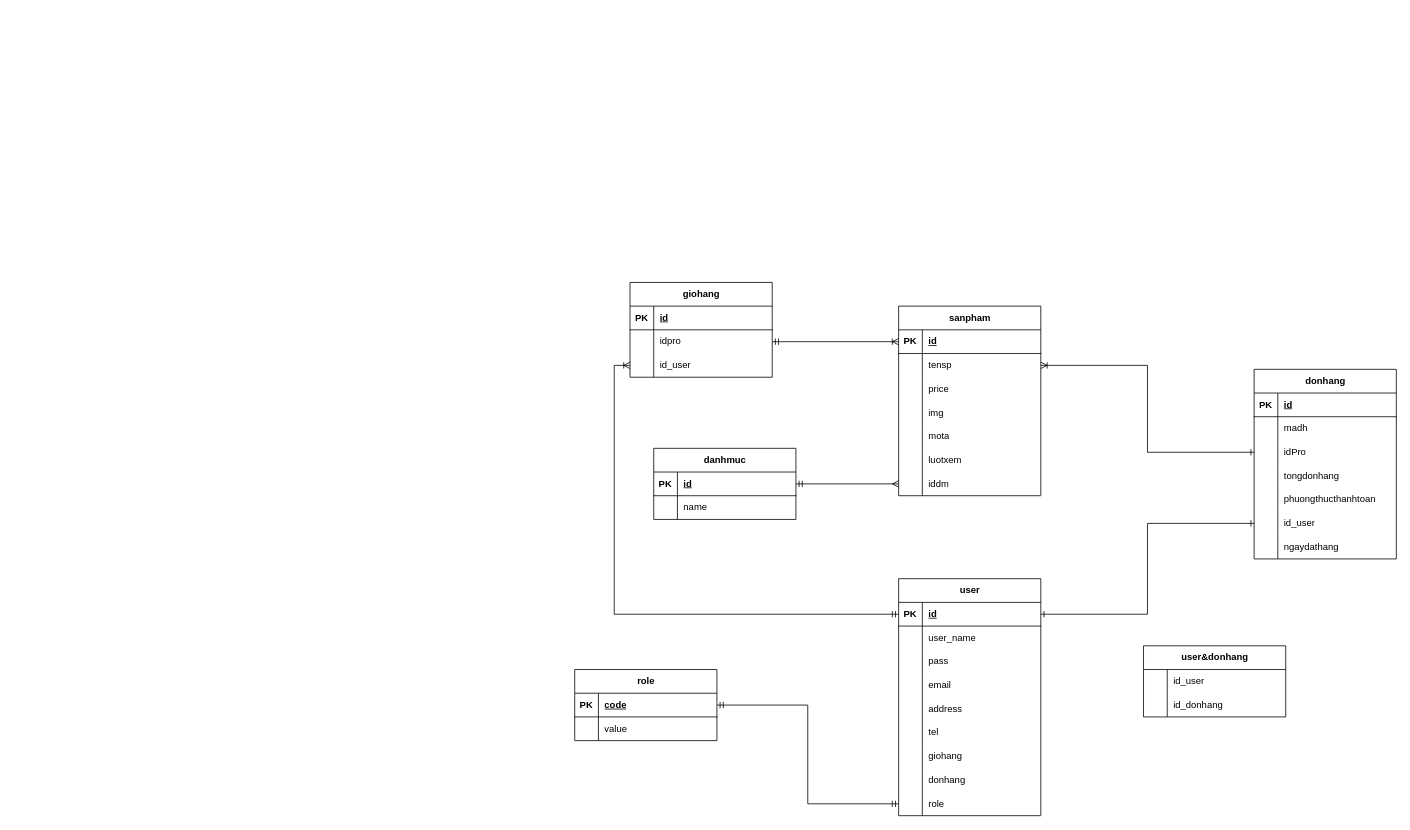
Before: diagram.drawio in anhkhoi1908/diagram, a draw.io diagram. Source tidied: cells renumbered, new cells numbered last; positions are measured from the earlier drawing's top-left corner, leaving out a move shared by most shapes. Both pictures are drawn from the tidied source at 79%, with x=0, y=0 at pixel (574, 282).
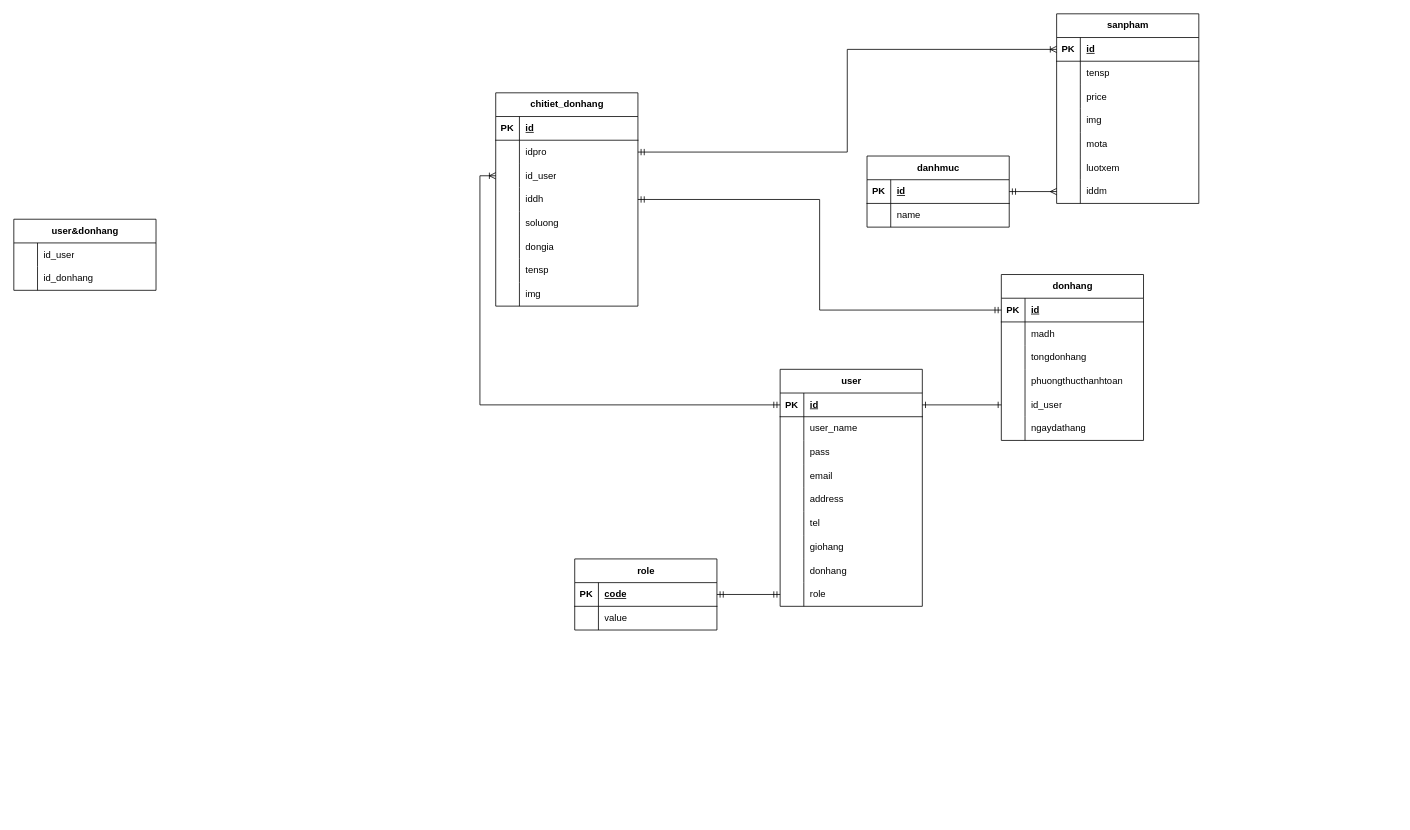
The same page after the edit.

Commit message:
Cập nhật diagram.drawio

Unchanged cells that the change refers to:
```xml
<mxCell id="6" style="shape=tableRow;horizontal=0;startSize=0;swimlaneHead=0;swimlaneBody=0;fillColor=none;points=[[0,0.5],[1,0.5]];portConstraint=eastwest;top=0;left=0;right=0;bottom=0;" parent="2" vertex="1">
  <mxGeometry y="60" width="180" height="30" as="geometry" />
</mxCell>
<mxCell id="35" style="shape=tableRow;horizontal=0;startSize=0;swimlaneHead=0;swimlaneBody=0;fillColor=none;points=[[0,0.5],[1,0.5]];portConstraint=eastwest;top=0;left=0;right=0;bottom=1;" parent="34" vertex="1">
  <mxGeometry y="30" width="180" height="30" as="geometry" />
</mxCell>
```

The edit, as a diff of the source:
```diff
@@
     <mxCell id="2" value="sanpham" style="shape=table;startSize=30;childLayout=tableLayout;rowLines=0;fontStyle=1;align=center;html=1;" parent="1" vertex="1">
-      <mxGeometry x="410" y="30" width="180" height="240" as="geometry" />
+      <mxGeometry x="610" y="-340" width="180" height="240" as="geometry" />
     </mxCell>
@@
-    <mxCell id="24" value="giohang" style="shape=table;startSize=30;childLayout=tableLayout;rowLines=0;fontStyle=1;align=center;html=1;" parent="1" vertex="1">
-      <mxGeometry x="70" width="180" height="120" as="geometry" />
+    <mxCell id="24" value="chitiet_donhang" style="shape=table;startSize=30;childLayout=tableLayout;rowLines=0;fontStyle=1;align=center;html=1;" parent="1" vertex="1">
+      <mxGeometry x="-100" y="-240" width="180" height="270" as="geometry" />
     </mxCell>
@@
+    <mxCell id="111" style="shape=tableRow;horizontal=0;startSize=0;swimlaneHead=0;swimlaneBody=0;fillColor=none;points=[[0,0.5],[1,0.5]];portConstraint=eastwest;top=0;left=0;right=0;bottom=0;" parent="24" vertex="1">
+      <mxGeometry y="120" width="180" height="30" as="geometry" />
+    </mxCell>
+    <mxCell id="112" style="shape=partialRectangle;fillColor=none;top=0;left=0;bottom=0;right=0;overflow=hidden;whiteSpace=wrap;html=1;" parent="111" vertex="1">
+      <mxGeometry width="30" height="30" as="geometry" />
+    </mxCell>
+    <mxCell id="113" value="iddh" style="shape=partialRectangle;fillColor=none;top=0;left=0;bottom=0;right=0;align=left;spacingLeft=6;overflow=hidden;whiteSpace=wrap;html=1;" parent="111" vertex="1">
+      <mxGeometry x="30" width="150" height="30" as="geometry" />
+    </mxCell>
+    <mxCell id="114" style="shape=tableRow;horizontal=0;startSize=0;swimlaneHead=0;swimlaneBody=0;fillColor=none;top=0;left=0;right=0;bottom=0;" parent="24" vertex="1">
+      <mxGeometry y="150" width="180" height="30" as="geometry" />
+    </mxCell>
+    <mxCell id="115" style="shape=partialRectangle;fillColor=none;top=0;left=0;bottom=0;right=0;overflow=hidden;whiteSpace=wrap;html=1;" parent="114" vertex="1">
+      <mxGeometry width="30" height="30" as="geometry" />
+    </mxCell>
+    <mxCell id="116" value="soluong" style="shape=partialRectangle;fillColor=none;top=0;left=0;bottom=0;right=0;align=left;spacingLeft=6;overflow=hidden;whiteSpace=wrap;html=1;" parent="114" vertex="1">
+      <mxGeometry x="30" width="150" height="30" as="geometry" />
+    </mxCell>
+    <mxCell id="117" style="shape=tableRow;horizontal=0;startSize=0;swimlaneHead=0;swimlaneBody=0;fillColor=none;top=0;left=0;right=0;bottom=0;" parent="24" vertex="1">
+      <mxGeometry y="180" width="180" height="30" as="geometry" />
+    </mxCell>
+    <mxCell id="118" style="shape=partialRectangle;fillColor=none;top=0;left=0;bottom=0;right=0;overflow=hidden;whiteSpace=wrap;html=1;" parent="117" vertex="1">
+      <mxGeometry width="30" height="30" as="geometry" />
+    </mxCell>
+    <mxCell id="119" value="dongia" style="shape=partialRectangle;fillColor=none;top=0;left=0;bottom=0;right=0;align=left;spacingLeft=6;overflow=hidden;whiteSpace=wrap;html=1;" parent="117" vertex="1">
+      <mxGeometry x="30" width="150" height="30" as="geometry" />
+    </mxCell>
+    <mxCell id="120" style="shape=tableRow;horizontal=0;startSize=0;swimlaneHead=0;swimlaneBody=0;fillColor=none;top=0;left=0;right=0;bottom=0;" parent="24" vertex="1">
+      <mxGeometry y="210" width="180" height="30" as="geometry" />
+    </mxCell>
+    <mxCell id="121" style="shape=partialRectangle;fillColor=none;top=0;left=0;bottom=0;right=0;overflow=hidden;whiteSpace=wrap;html=1;" parent="120" vertex="1">
+      <mxGeometry width="30" height="30" as="geometry" />
+    </mxCell>
+    <mxCell id="122" value="tensp" style="shape=partialRectangle;fillColor=none;top=0;left=0;bottom=0;right=0;align=left;spacingLeft=6;overflow=hidden;whiteSpace=wrap;html=1;" parent="120" vertex="1">
+      <mxGeometry x="30" width="150" height="30" as="geometry" />
+    </mxCell>
+    <mxCell id="123" style="shape=tableRow;horizontal=0;startSize=0;swimlaneHead=0;swimlaneBody=0;fillColor=none;top=0;left=0;right=0;bottom=0;" parent="24" vertex="1">
+      <mxGeometry y="240" width="180" height="30" as="geometry" />
+    </mxCell>
+    <mxCell id="124" style="shape=partialRectangle;fillColor=none;top=0;left=0;bottom=0;right=0;overflow=hidden;whiteSpace=wrap;html=1;" parent="123" vertex="1">
+      <mxGeometry width="30" height="30" as="geometry" />
+    </mxCell>
+    <mxCell id="125" value="img" style="shape=partialRectangle;fillColor=none;top=0;left=0;bottom=0;right=0;align=left;spacingLeft=6;overflow=hidden;whiteSpace=wrap;html=1;" parent="123" vertex="1">
+      <mxGeometry x="30" width="150" height="30" as="geometry" />
+    </mxCell>
     <mxCell id="34" value="donhang" style="shape=table;startSize=30;childLayout=tableLayout;rowLines=0;fontStyle=1;align=center;html=1;" parent="1" vertex="1">
-      <mxGeometry x="860" y="110" width="180" height="240" as="geometry" />
+      <mxGeometry x="540" y="-10" width="180" height="210" as="geometry" />
     </mxCell>
@@
-    <mxCell id="41" style="shape=tableRow;horizontal=0;startSize=0;swimlaneHead=0;swimlaneBody=0;fillColor=none;points=[[0,0.5],[1,0.5]];portConstraint=eastwest;top=0;left=0;right=0;bottom=0;" parent="34" vertex="1">
-      <mxGeometry y="90" width="180" height="30" as="geometry" />
-    </mxCell>
-    <mxCell id="42" style="shape=partialRectangle;fillColor=none;top=0;left=0;bottom=0;right=0;overflow=hidden;whiteSpace=wrap;html=1;" parent="41" vertex="1">
-      <mxGeometry width="30" height="30" as="geometry" />
-    </mxCell>
-    <mxCell id="43" value="idPro" style="shape=partialRectangle;fillColor=none;top=0;left=0;bottom=0;right=0;align=left;spacingLeft=6;overflow=hidden;whiteSpace=wrap;html=1;" parent="41" vertex="1">
-      <mxGeometry x="30" width="150" height="30" as="geometry" />
-    </mxCell>
     <mxCell id="44" style="shape=tableRow;horizontal=0;startSize=0;swimlaneHead=0;swimlaneBody=0;fillColor=none;top=0;left=0;right=0;bottom=0;" parent="34" vertex="1">
-      <mxGeometry y="120" width="180" height="30" as="geometry" />
+      <mxGeometry y="90" width="180" height="30" as="geometry" />
     </mxCell>
@@
     <mxCell id="47" style="shape=tableRow;horizontal=0;startSize=0;swimlaneHead=0;swimlaneBody=0;fillColor=none;top=0;left=0;right=0;bottom=0;" parent="34" vertex="1">
-      <mxGeometry y="150" width="180" height="30" as="geometry" />
+      <mxGeometry y="120" width="180" height="30" as="geometry" />
     </mxCell>
@@
     <mxCell id="50" style="shape=tableRow;horizontal=0;startSize=0;swimlaneHead=0;swimlaneBody=0;fillColor=none;points=[[0,0.5],[1,0.5]];portConstraint=eastwest;top=0;left=0;right=0;bottom=0;" parent="34" vertex="1">
-      <mxGeometry y="180" width="180" height="30" as="geometry" />
+      <mxGeometry y="150" width="180" height="30" as="geometry" />
     </mxCell>
@@
     <mxCell id="53" style="shape=tableRow;horizontal=0;startSize=0;swimlaneHead=0;swimlaneBody=0;fillColor=none;top=0;left=0;right=0;bottom=0;" parent="34" vertex="1">
-      <mxGeometry y="210" width="180" height="30" as="geometry" />
+      <mxGeometry y="180" width="180" height="30" as="geometry" />
     </mxCell>
@@
     <mxCell id="58" value="danhmuc&lt;br&gt;" style="shape=table;startSize=30;childLayout=tableLayout;rowLines=0;fontStyle=1;align=center;html=1;" parent="1" vertex="1">
-      <mxGeometry x="100" y="210" width="180" height="90" as="geometry" />
+      <mxGeometry x="370" y="-160" width="180" height="90" as="geometry" />
     </mxCell>
@@
     <mxCell id="66" value="role" style="shape=table;startSize=30;childLayout=tableLayout;rowLines=0;fontStyle=1;align=center;html=1;" parent="1" vertex="1">
-      <mxGeometry y="490" width="180" height="90" as="geometry" />
+      <mxGeometry y="350" width="180" height="90" as="geometry" />
     </mxCell>
@@
     <mxCell id="73" value="user&amp;amp;donhang" style="shape=table;startSize=30;childLayout=tableLayout;rowLines=0;fontStyle=1;align=center;html=1;" parent="1" vertex="1">
-      <mxGeometry x="720" y="460" width="180" height="90" as="geometry" />
+      <mxGeometry x="-710" y="-80" width="180" height="90" as="geometry" />
     </mxCell>
@@
-    <mxCell id="81" style="edgeStyle=orthogonalEdgeStyle;rounded=0;jettySize=auto;html=1;entryX=1;entryY=0.5;entryDx=0;entryDy=0;startArrow=ERone;startFill=0;endArrow=ERoneToMany;endFill=0;" parent="1" edge="1" source="41" target="6">
-      <mxGeometry relative="1" as="geometry" />
-    </mxCell>
     <mxCell id="82" value="user&lt;br&gt;" style="shape=table;startSize=30;childLayout=tableLayout;rowLines=0;fontStyle=1;align=center;html=1;" parent="1" vertex="1">
-      <mxGeometry x="410" y="375" width="180" height="300" as="geometry" />
+      <mxGeometry x="260" y="110" width="180" height="300" as="geometry" />
     </mxCell>
@@
+    <mxCell id="126" style="edgeStyle=orthogonalEdgeStyle;rounded=0;jettySize=auto;html=1;entryX=1;entryY=0.5;entryDx=0;entryDy=0;endArrow=ERmandOne;endFill=0;startArrow=ERmandOne;startFill=0;" parent="1" edge="1" source="35" target="111">
+      <mxGeometry relative="1" as="geometry" />
+    </mxCell>
```
